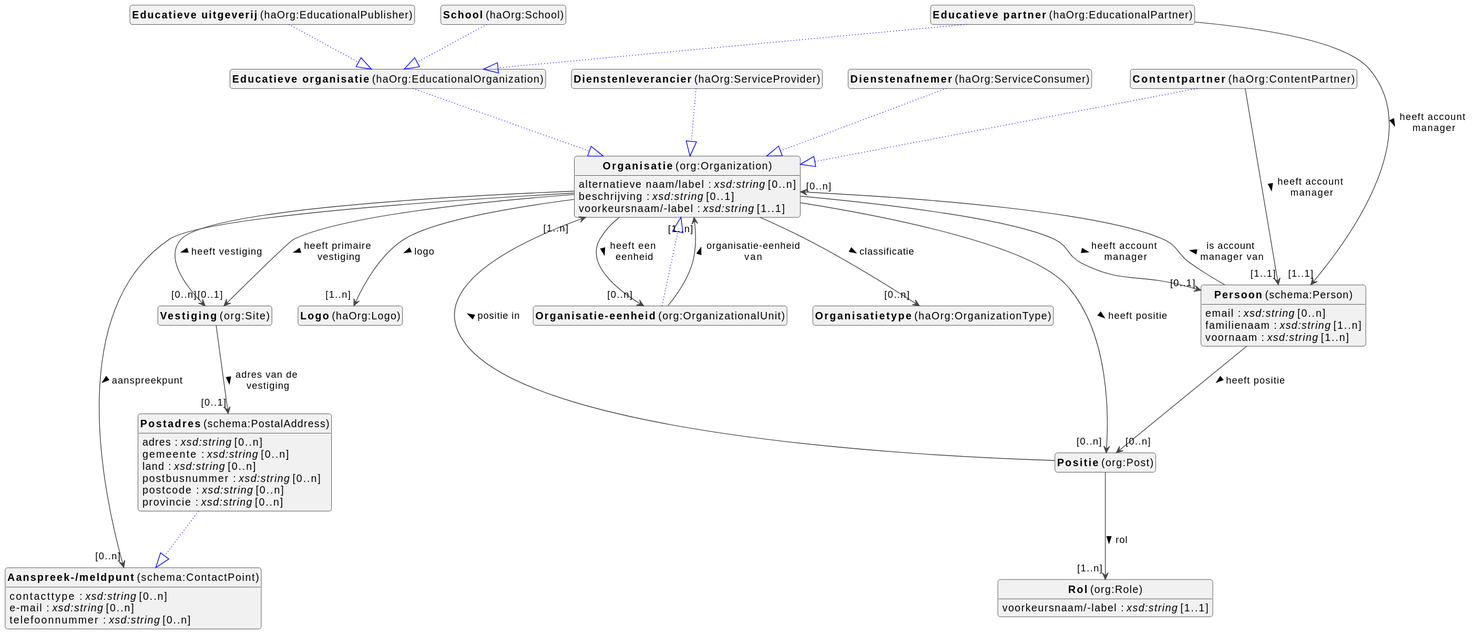
Above: docs/metadata/modellen/organization-diagram.svg in viaacode/documentation-jekyll (PlantUML), before the change.
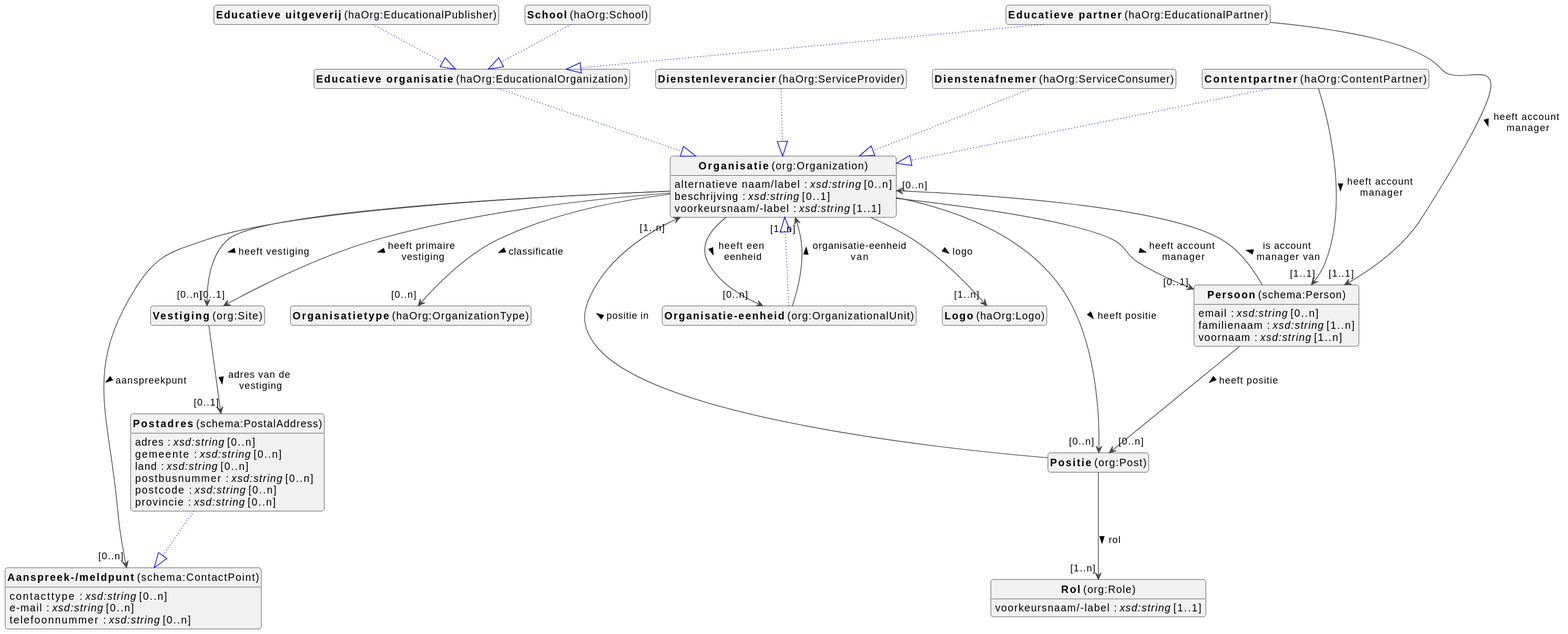
After the change.

Change to the diagram source:
```diff
@@ -23,8 +23,8 @@
 class "<b>Persoon</b> (schema:Person)" as schema_Person [[#schema%3APerson]]
 class "<b>Postadres</b> (schema:PostalAddress)" as schema_PostalAddress [[#schema%3APostalAddress]]
 class "<b>Aanspreek-/meldpunt</b> (schema:ContactPoint)" as schema_ContactPoint [[#schema%3AContactPoint]]
+class "<b>Organisatietype</b> (haOrg:OrganizationType)" as haOrg_OrganizationType [[#haOrg%3AOrganizationType]]
 class "<b>Logo</b> (haOrg:Logo)" as haOrg_Logo [[#haOrg%3ALogo]]
-class "<b>Organisatietype</b> (haOrg:OrganizationType)" as haOrg_OrganizationType [[#haOrg%3AOrganizationType]]
 
 
 
```
